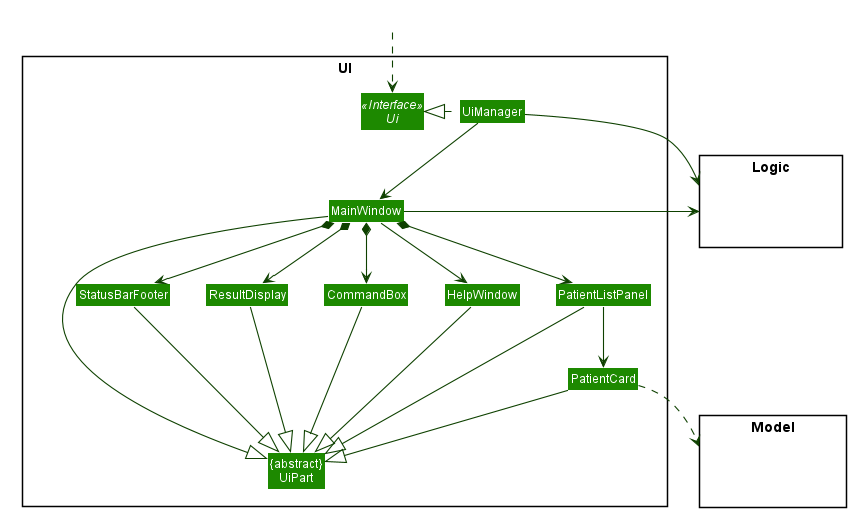
Before: docs/images/UiClassDiagram.png, a diagram exported from PlantUML (yeohhq/tp).
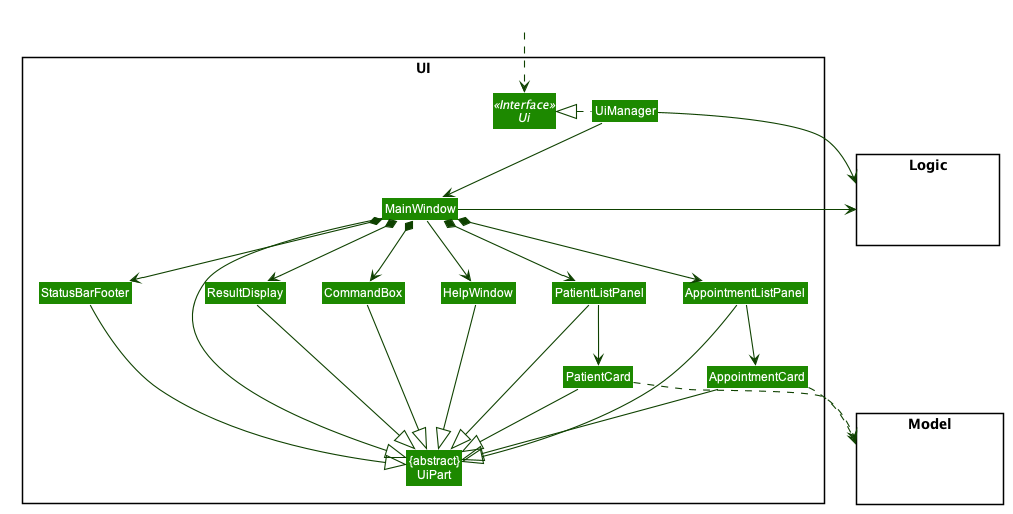
The same file after the commit.

Change to the diagram source:
```diff
@@ -60,6 +60,8 @@
 Class ResultDisplay
 Class PatientListPanel
 Class PatientCard
+Class AppointmentCard
+Class AppointmentListPanel
 Class StatusBarFooter
 Class CommandBox
 }
@@ -81,9 +83,11 @@
 MainWindow *-down-> CommandBox
 MainWindow *-down-> ResultDisplay
 MainWindow *-down-> PatientListPanel
+MainWindow *-down-> AppointmentListPanel
 MainWindow *-down-> StatusBarFooter
 
 PatientListPanel -down-> PatientCard
+AppointmentListPanel -down-> AppointmentCard
 
 MainWindow -left-|> UiPart
 
@@ -91,14 +95,18 @@
 CommandBox --|> UiPart
 PatientListPanel --|> UiPart
 PatientCard --|> UiPart
+AppointmentListPanel --|> UiPart
+AppointmentCard --|> UiPart
 StatusBarFooter --|> UiPart
 HelpWindow -down-|> UiPart
 
+AppointmentCard ..> Model
 PatientCard ..> Model
 UiManager -right-> Logic
 MainWindow -left-> Logic
 
-PatientListPanel -[hidden]left- HelpWindow
+StatusBarFooter -[hidden]left- ResultDisplay
+AppointmentListPanel -[hidden]down- PatientCard
 HelpWindow -[hidden]left- CommandBox
 CommandBox -[hidden]left- ResultDisplay
 ResultDisplay -[hidden]left- StatusBarFooter
```
